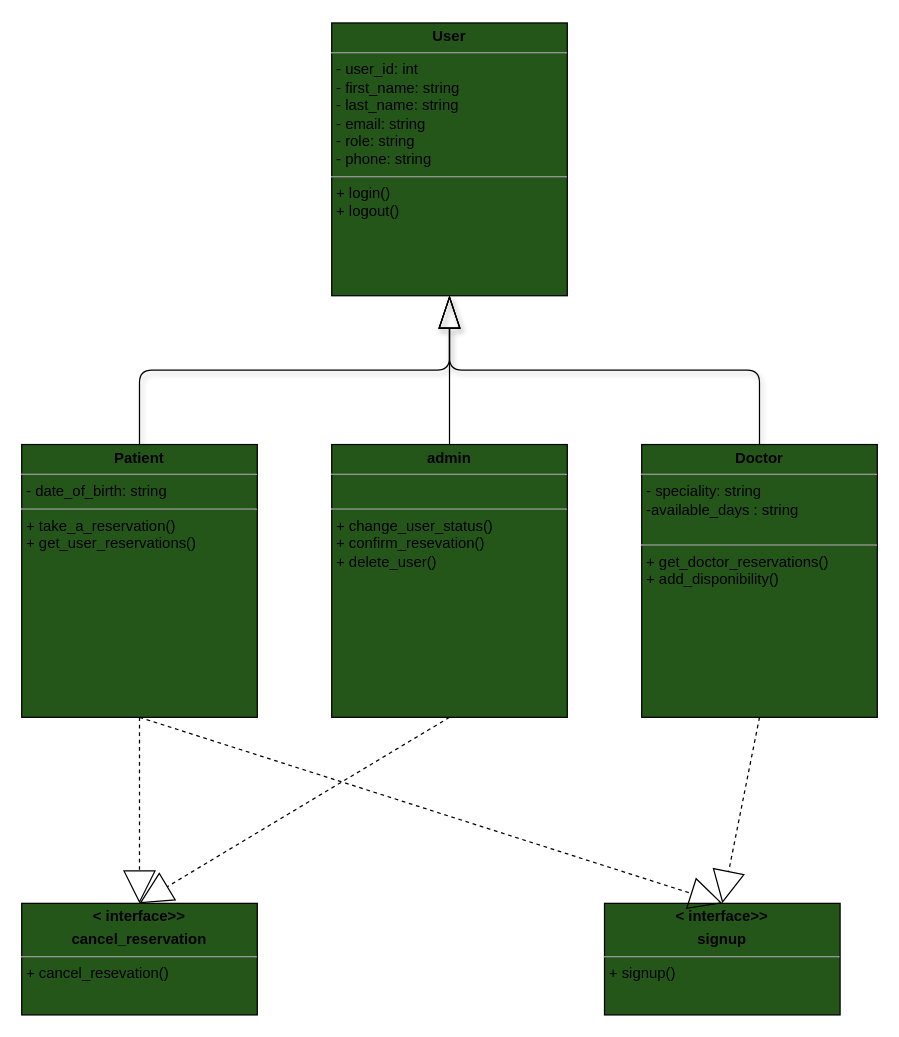
This is UML/class_diagram.drawio from Abderrahman-Ahouari/MyMedTime, a draw.io file, before an edit. Source tidied: cells renumbered, new cells numbered last; positions are measured from the earlier drawing's top-left corner, leaving out a move shared by most shapes. Both pictures are drawn from the tidied source at 124%, with x=0, y=0 at pixel (21, 22).
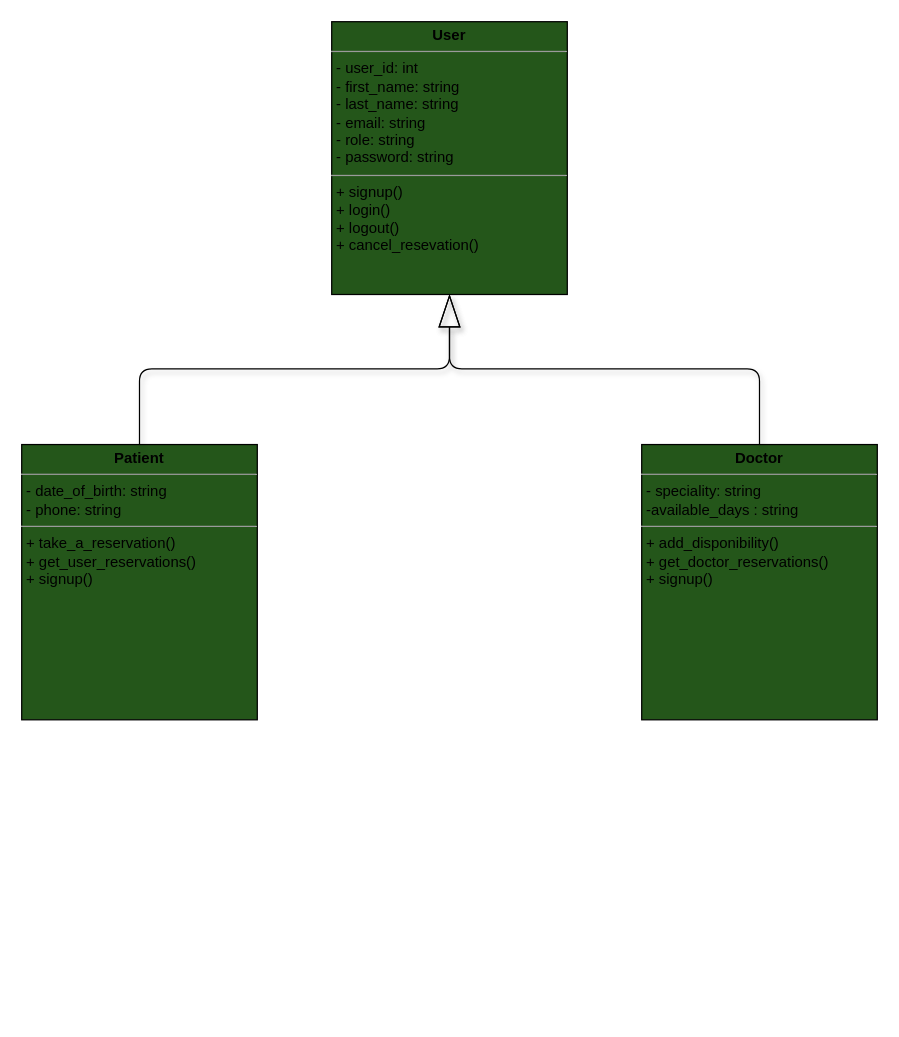
The same diagram, later.

Diff of the diagram source:
```diff
@@
 <mxGraphModel>
   <root>
     <mxCell id="0" />
     <mxCell id="1" parent="0" />
-    <mxCell id="2" value="&lt;p style=&quot;margin:0px;margin-top:4px;text-align:center;&quot;&gt;&lt;b&gt;User&lt;/b&gt;&lt;/p&gt;&lt;hr size=&quot;1&quot;&gt;&lt;p style=&quot;margin:0px;margin-left:4px;&quot;&gt;- user_id: int&lt;/p&gt;&lt;p style=&quot;margin:0px;margin-left:4px;&quot;&gt;- first_name: string&lt;br&gt;- last_name: string&lt;/p&gt;&lt;p style=&quot;margin:0px;margin-left:4px;&quot;&gt;- email: string&lt;/p&gt;&lt;p style=&quot;margin:0px;margin-left:4px;&quot;&gt;- role: string&lt;/p&gt;&lt;p style=&quot;margin: 0px 0px 0px 4px;&quot;&gt;- phone: string&lt;/p&gt;&lt;hr size=&quot;1&quot;&gt;&lt;p style=&quot;margin:0px;margin-left:4px;&quot;&gt;+ login()&lt;br&gt;+ logout()&lt;/p&gt;&lt;p style=&quot;margin:0px;margin-left:4px;&quot;&gt;&lt;br&gt;&lt;/p&gt;&lt;p style=&quot;margin:0px;margin-left:4px;&quot;&gt;&lt;br&gt;&lt;/p&gt;" style="verticalAlign=top;align=left;overflow=fill;fontSize=12;fontFamily=Helvetica;html=1;fillColor=#24561A;" parent="1" vertex="1">
-      <mxGeometry x="250" width="190" height="220" as="geometry" />
+    <mxCell id="2" value="&lt;p style=&quot;margin:0px;margin-top:4px;text-align:center;&quot;&gt;&lt;b&gt;User&lt;/b&gt;&lt;/p&gt;&lt;hr size=&quot;1&quot;&gt;&lt;p style=&quot;margin:0px;margin-left:4px;&quot;&gt;- user_id: int&lt;/p&gt;&lt;p style=&quot;margin:0px;margin-left:4px;&quot;&gt;- first_name: string&lt;br&gt;- last_name: string&lt;/p&gt;&lt;p style=&quot;margin:0px;margin-left:4px;&quot;&gt;- email: string&lt;/p&gt;&lt;p style=&quot;margin:0px;margin-left:4px;&quot;&gt;- role: string&lt;/p&gt;&lt;p style=&quot;margin: 0px 0px 0px 4px;&quot;&gt;- password: string&lt;/p&gt;&lt;hr size=&quot;1&quot;&gt;&lt;p style=&quot;margin: 0px 0px 0px 4px;&quot;&gt;&lt;span style=&quot;background-color: initial;&quot;&gt;+ signup()&lt;/span&gt;&lt;/p&gt;&lt;p style=&quot;margin:0px;margin-left:4px;&quot;&gt;+ login()&lt;br&gt;+ logout()&lt;/p&gt;&lt;p style=&quot;margin: 0px 0px 0px 4px;&quot;&gt;&lt;span style=&quot;background-color: initial;&quot;&gt;+ cancel_resevation()&lt;/span&gt;&lt;br&gt;&lt;/p&gt;&lt;p style=&quot;margin: 0px 0px 0px 4px;&quot;&gt;&lt;br&gt;&lt;/p&gt;&lt;p style=&quot;margin: 0px 0px 0px 4px;&quot;&gt;&lt;br&gt;&lt;/p&gt;&lt;p style=&quot;margin:0px;margin-left:4px;&quot;&gt;&lt;br&gt;&lt;/p&gt;&lt;p style=&quot;margin:0px;margin-left:4px;&quot;&gt;&lt;br&gt;&lt;/p&gt;" style="verticalAlign=top;align=left;overflow=fill;fontSize=12;fontFamily=Helvetica;html=1;fillColor=#24561A;" parent="1" vertex="1">
+      <mxGeometry x="250" y="-1" width="190" height="220" as="geometry" />
     </mxCell>
-    <mxCell id="3" value="&lt;p style=&quot;margin:0px;margin-top:4px;text-align:center;&quot;&gt;&lt;b&gt;Doctor&lt;/b&gt;&lt;/p&gt;&lt;hr size=&quot;1&quot;&gt;&lt;p style=&quot;margin:0px;margin-left:4px;&quot;&gt;&lt;span style=&quot;background-color: initial;&quot;&gt;- speciality: string&lt;/span&gt;&lt;/p&gt;&lt;p style=&quot;margin:0px;margin-left:4px;&quot;&gt;&lt;span style=&quot;background-color: initial;&quot;&gt;-available_days : string&lt;/span&gt;&lt;/p&gt;&lt;p style=&quot;margin:0px;margin-left:4px;&quot;&gt;&lt;br&gt;&lt;/p&gt;&lt;hr size=&quot;1&quot;&gt;&lt;p style=&quot;margin:0px;margin-left:4px;&quot;&gt;+ get_doctor_reservations()&lt;/p&gt;&lt;p style=&quot;margin:0px;margin-left:4px;&quot;&gt;+ add_disponibility()&lt;/p&gt;&lt;p style=&quot;margin:0px;margin-left:4px;&quot;&gt;&lt;br&gt;&lt;/p&gt;" style="verticalAlign=top;align=left;overflow=fill;fontSize=12;fontFamily=Helvetica;html=1;fillColor=#24561A;" parent="1" vertex="1">
-      <mxGeometry x="500" y="340" width="190" height="220" as="geometry" />
+    <mxCell id="3" value="&lt;p style=&quot;margin:0px;margin-top:4px;text-align:center;&quot;&gt;&lt;b&gt;Doctor&lt;/b&gt;&lt;/p&gt;&lt;hr size=&quot;1&quot;&gt;&lt;p style=&quot;margin:0px;margin-left:4px;&quot;&gt;&lt;span style=&quot;background-color: initial;&quot;&gt;- speciality: string&lt;/span&gt;&lt;/p&gt;&lt;p style=&quot;margin:0px;margin-left:4px;&quot;&gt;&lt;span style=&quot;background-color: initial;&quot;&gt;-available_days : string&lt;/span&gt;&lt;/p&gt;&lt;hr size=&quot;1&quot;&gt;&lt;p style=&quot;margin:0px;margin-left:4px;&quot;&gt;&lt;span style=&quot;background-color: initial;&quot;&gt;+ add_disponibility()&lt;/span&gt;&lt;br&gt;&lt;/p&gt;&lt;p style=&quot;margin: 0px 0px 0px 4px;&quot;&gt;+ get_doctor_reservations()&lt;/p&gt;&lt;p style=&quot;margin:0px;margin-left:4px;&quot;&gt;+ signup()&lt;br&gt;&lt;/p&gt;&lt;p style=&quot;margin:0px;margin-left:4px;&quot;&gt;&lt;br&gt;&lt;/p&gt;" style="verticalAlign=top;align=left;overflow=fill;fontSize=12;fontFamily=Helvetica;html=1;fillColor=#24561A;" parent="1" vertex="1">
+      <mxGeometry x="500" y="340" width="190" height="222" as="geometry" />
     </mxCell>
-    <mxCell id="4" value="&lt;p style=&quot;margin:0px;margin-top:4px;text-align:center;&quot;&gt;&lt;b&gt;Patient&lt;/b&gt;&lt;/p&gt;&lt;hr size=&quot;1&quot;&gt;&lt;p style=&quot;margin:0px;margin-left:4px;&quot;&gt;- date_of_birth: string&lt;/p&gt;&lt;hr size=&quot;1&quot;&gt;&lt;p style=&quot;margin:0px;margin-left:4px;&quot;&gt;+ take_a_reservation()&lt;/p&gt;&lt;p style=&quot;margin:0px;margin-left:4px;&quot;&gt;+ get_user_reservations()&lt;/p&gt;" style="verticalAlign=top;align=left;overflow=fill;fontSize=12;fontFamily=Helvetica;html=1;fillColor=#24561A;" parent="1" vertex="1">
-      <mxGeometry y="340" width="190" height="220" as="geometry" />
+    <mxCell id="4" value="&lt;p style=&quot;margin:0px;margin-top:4px;text-align:center;&quot;&gt;&lt;b&gt;Patient&lt;/b&gt;&lt;/p&gt;&lt;hr size=&quot;1&quot;&gt;&lt;p style=&quot;margin:0px;margin-left:4px;&quot;&gt;- date_of_birth: string&lt;/p&gt;&lt;p style=&quot;margin:0px;margin-left:4px;&quot;&gt;- phone: string&lt;/p&gt;&lt;hr size=&quot;1&quot;&gt;&lt;p style=&quot;margin:0px;margin-left:4px;&quot;&gt;+ take_a_reservation()&lt;/p&gt;&lt;p style=&quot;margin:0px;margin-left:4px;&quot;&gt;+ get_user_reservations()&lt;/p&gt;&lt;p style=&quot;margin:0px;margin-left:4px;&quot;&gt;+ signup()&lt;/p&gt;" style="verticalAlign=top;align=left;overflow=fill;fontSize=12;fontFamily=Helvetica;html=1;fillColor=#24561A;" parent="1" vertex="1">
+      <mxGeometry y="340" width="190" height="222" as="geometry" />
     </mxCell>
-    <mxCell id="5" value="&lt;p style=&quot;margin:0px;margin-top:4px;text-align:center;&quot;&gt;&lt;b&gt;admin&lt;/b&gt;&lt;/p&gt;&lt;hr size=&quot;1&quot;&gt;&lt;p style=&quot;margin:0px;margin-left:4px;&quot;&gt;&lt;br&gt;&lt;/p&gt;&lt;hr size=&quot;1&quot;&gt;&lt;p style=&quot;margin:0px;margin-left:4px;&quot;&gt;+ change_user_status()&lt;/p&gt;&lt;p style=&quot;margin:0px;margin-left:4px;&quot;&gt;+ confirm_resevation()&lt;/p&gt;&lt;p style=&quot;margin:0px;margin-left:4px;&quot;&gt;+ delete_user()&lt;/p&gt;" style="verticalAlign=top;align=left;overflow=fill;fontSize=12;fontFamily=Helvetica;html=1;fillColor=#24561A;" parent="1" vertex="1">
-      <mxGeometry x="250" y="340" width="190" height="220" as="geometry" />
-    </mxCell>
-    <mxCell id="6" value="&lt;p style=&quot;margin:0px;margin-top:4px;text-align:center;&quot;&gt;&lt;b&gt;&amp;lt; interface&amp;gt;&amp;gt;&lt;/b&gt;&lt;/p&gt;&lt;p style=&quot;margin:0px;margin-top:4px;text-align:center;&quot;&gt;&lt;b&gt;cancel_reservation&lt;/b&gt;&lt;/p&gt;&lt;hr size=&quot;1&quot;&gt;&lt;p style=&quot;margin:0px;margin-left:4px;&quot;&gt;&lt;span style=&quot;background-color: initial;&quot;&gt;+ cancel_resevation()&lt;/span&gt;&lt;br&gt;&lt;/p&gt;&lt;p style=&quot;margin:0px;margin-left:4px;&quot;&gt;&lt;br&gt;&lt;/p&gt;" style="verticalAlign=top;align=left;overflow=fill;fontSize=12;fontFamily=Helvetica;html=1;fillColor=#24561A;" parent="1" vertex="1">
-      <mxGeometry y="710" width="190" height="90" as="geometry" />
-    </mxCell>
-    <mxCell id="7" value="&lt;p style=&quot;margin:0px;margin-top:4px;text-align:center;&quot;&gt;&lt;b&gt;&amp;lt; interface&amp;gt;&amp;gt;&lt;/b&gt;&lt;/p&gt;&lt;p style=&quot;margin:0px;margin-top:4px;text-align:center;&quot;&gt;&lt;b&gt;signup&lt;/b&gt;&lt;/p&gt;&lt;hr size=&quot;1&quot;&gt;&lt;p style=&quot;margin:0px;margin-left:4px;&quot;&gt;&lt;span style=&quot;background-color: initial;&quot;&gt;+ signup()&lt;/span&gt;&lt;br&gt;&lt;/p&gt;&lt;p style=&quot;margin:0px;margin-left:4px;&quot;&gt;&lt;br&gt;&lt;/p&gt;" style="verticalAlign=top;align=left;overflow=fill;fontSize=12;fontFamily=Helvetica;html=1;fillColor=#24561A;" parent="1" vertex="1">
-      <mxGeometry x="470" y="710" width="190" height="90" as="geometry" />
-    </mxCell>
-    <mxCell id="8" style="endArrow=block;endFill=0;endSize=24;html=1;dashed=1;exitX=0.5;exitY=1;exitDx=0;exitDy=0;entryX=0.5;entryY=0;entryDx=0;entryDy=0;" parent="1" edge="1" source="5" target="6">
-      <mxGeometry relative="1" as="geometry" />
-    </mxCell>
-    <mxCell id="9" style="endArrow=block;endFill=0;endSize=24;html=1;dashed=1;entryX=0.5;entryY=0;entryDx=0;entryDy=0;exitX=0.5;exitY=1;exitDx=0;exitDy=0;" parent="1" edge="1" source="4" target="6">
-      <mxGeometry relative="1" as="geometry" />
-    </mxCell>
-    <mxCell id="10" style="endArrow=block;endFill=0;endSize=24;html=1;dashed=1;exitX=0.5;exitY=1;exitDx=0;exitDy=0;entryX=0.5;entryY=0;entryDx=0;entryDy=0;" parent="1" edge="1" source="3" target="7">
-      <mxGeometry relative="1" as="geometry" />
-    </mxCell>
-    <mxCell id="11" style="endArrow=block;endFill=0;endSize=24;html=1;dashed=1;exitX=0.5;exitY=1;exitDx=0;exitDy=0;entryX=0.5;entryY=0;entryDx=0;entryDy=0;" parent="1" edge="1" source="4" target="7">
-      <mxGeometry relative="1" as="geometry" />
-    </mxCell>
-    <mxCell id="12" style="endArrow=blockThin;endFill=0;endSize=24;html=1;exitX=0.5;exitY=0;exitDx=0;exitDy=0;entryX=0.5;entryY=1;entryDx=0;entryDy=0;edgeStyle=orthogonalEdgeStyle;" parent="1" edge="1" source="5" target="2">
-      <mxGeometry relative="1" as="geometry" />
-    </mxCell>
     <mxCell id="13" style="endArrow=blockThin;endFill=0;endSize=24;html=1;exitX=0.5;exitY=0;exitDx=0;exitDy=0;entryX=0.5;entryY=1;entryDx=0;entryDy=0;edgeStyle=orthogonalEdgeStyle;shadow=1;" parent="1" edge="1" source="3" target="2">
       <mxGeometry relative="1" as="geometry">
         <Array as="points">
-          <mxPoint x="595" y="280" />
-          <mxPoint x="345" y="280" />
+          <mxPoint x="595" y="279" />
+          <mxPoint x="345" y="279" />
         </Array>
       </mxGeometry>
     </mxCell>
     <mxCell id="14" style="endArrow=blockThin;endFill=0;endSize=24;html=1;exitX=0.5;exitY=0;exitDx=0;exitDy=0;entryX=0.5;entryY=1;entryDx=0;entryDy=0;edgeStyle=orthogonalEdgeStyle;shadow=1;" parent="1" edge="1" source="4" target="2">
       <mxGeometry relative="1" as="geometry">
         <Array as="points">
-          <mxPoint x="95" y="280" />
-          <mxPoint x="345" y="280" />
+          <mxPoint x="95" y="279" />
+          <mxPoint x="345" y="279" />
         </Array>
       </mxGeometry>
     </mxCell>
   </root>
 </mxGraphModel>
```
